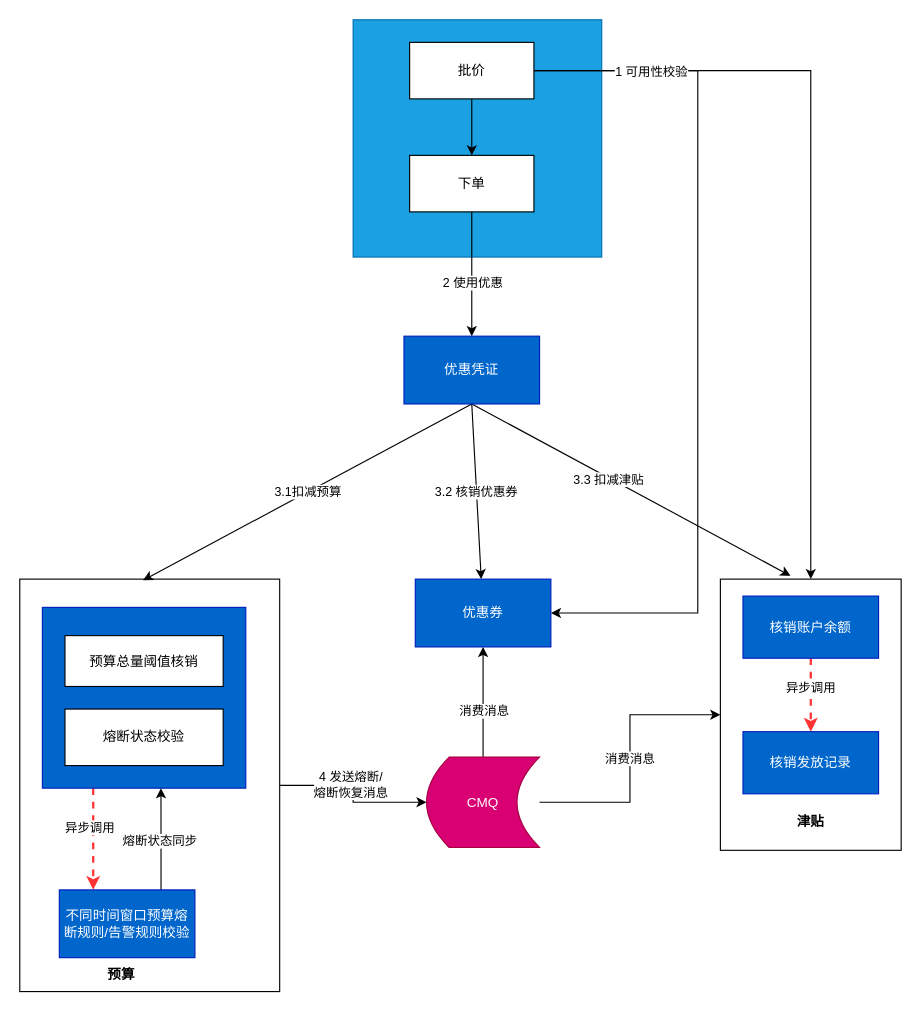
Above: page "Page-40" (27 of 31) of Untitled Diagram.drawio in zengcrvip/basedemo (draw.io), before the change. Source tidied: cells renumbered, new cells numbered last; positions are measured from the earlier drawing's top-left corner, leaving out a move shared by most shapes. Both pictures are drawn from the tidied source at 113%, with x=0, y=0 at pixel (19, 19).
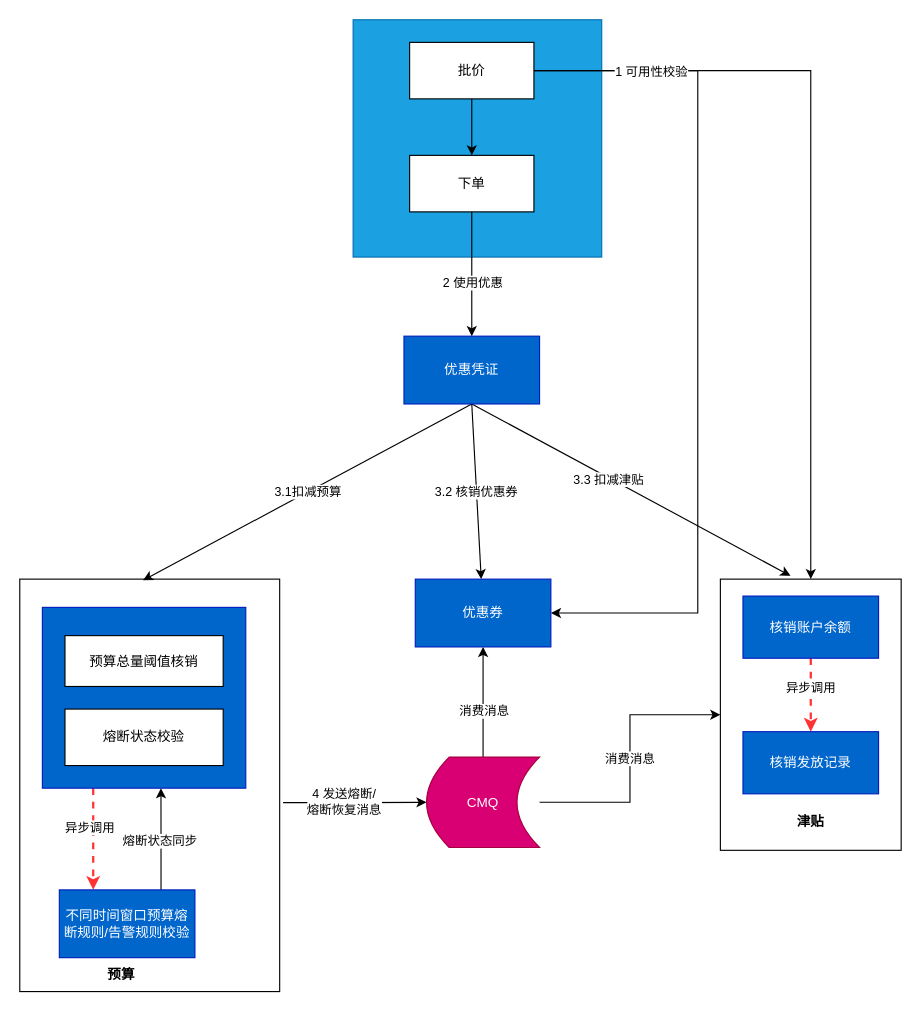
Above is the later version.

The change refers to these unchanged cells:
```xml
<mxCell id="4" style="rounded=0;whiteSpace=wrap;html=1;" parent="1" vertex="1">
  <mxGeometry y="495" width="230" height="365" as="geometry" />
</mxCell>
<mxCell id="38" value="CMQ" style="shape=dataStorage;whiteSpace=wrap;html=1;fixedSize=1;fontColor=#ffffff;fillColor=#d80073;strokeColor=#A50040;" parent="1" vertex="1">
  <mxGeometry x="360" y="652.5" width="100" height="80" as="geometry" />
</mxCell>
```

Diff of the diagram source:
```diff
@@
-    <mxCell id="2" style="edgeStyle=orthogonalEdgeStyle;rounded=0;jettySize=auto;html=1;exitX=1;exitY=0.5;exitDx=0;exitDy=0;entryX=0;entryY=0.5;entryDx=0;entryDy=0;fontColor=#000000;" parent="1" edge="1" source="4" target="38">
+    <mxCell id="2" style="edgeStyle=orthogonalEdgeStyle;rounded=0;jettySize=auto;html=1;entryX=0;entryY=0.5;entryDx=0;entryDy=0;fontColor=#000000;exitX=1.013;exitY=0.542;exitDx=0;exitDy=0;exitPerimeter=0;" parent="1" edge="1" source="4" target="38">
       <mxGeometry relative="1" as="geometry" />
     </mxCell>
```
